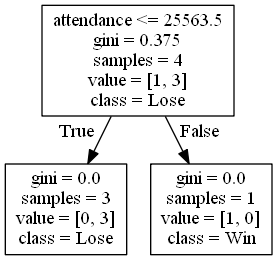
Earlier version of the Graphviz export DecisionTrees/Conference USAdecision_tree_no_score14.png (alexana-steck/CSE482Project). Its source is kept beside it as DecisionTrees/Conference USAdecision_tree_no_score14.dot.
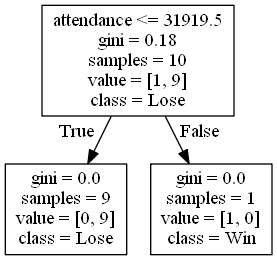
Later version of the same file.

The edit, as a diff of the source:
```diff
@@ -1,7 +1,7 @@
 digraph Tree {
 node [shape=box] ;
-0 [label="attendance <= 25563.5\ngini = 0.375\nsamples = 4\nvalue = [1, 3]\nclass = Lose"] ;
-1 [label="gini = 0.0\nsamples = 3\nvalue = [0, 3]\nclass = Lose"] ;
+0 [label="attendance <= 31919.5\ngini = 0.18\nsamples = 10\nvalue = [1, 9]\nclass = Lose"] ;
+1 [label="gini = 0.0\nsamples = 9\nvalue = [0, 9]\nclass = Lose"] ;
 0 -> 1 [labeldistance=2.5, labelangle=45, headlabel="True"] ;
 2 [label="gini = 0.0\nsamples = 1\nvalue = [1, 0]\nclass = Win"] ;
 0 -> 2 [labeldistance=2.5, labelangle=-45, headlabel="False"] ;
```
